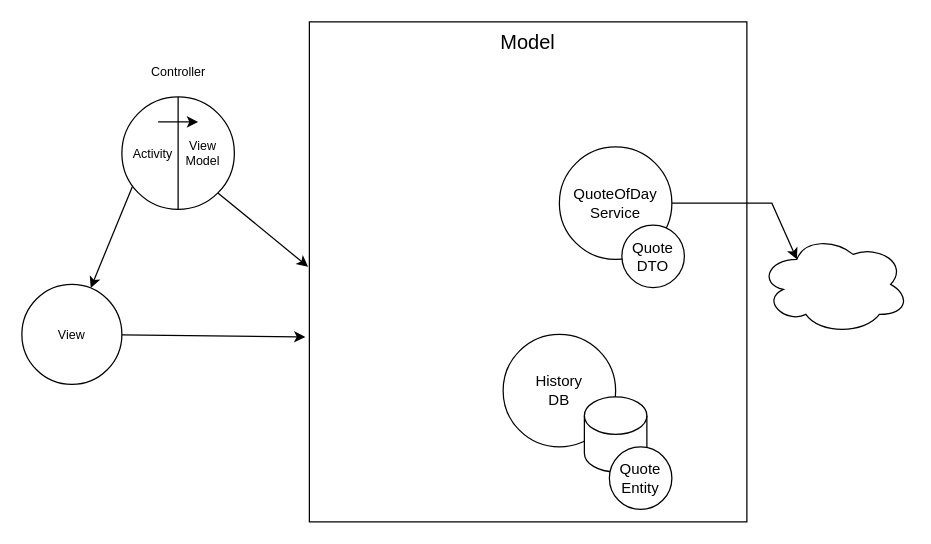
Before: page "Page-2" (2 of 3) of diagrams/Aula-10.drawio in isel-leic-pdm/PDM-2122-LI5X, a draw.io diagram. Source tidied: cells renumbered, new cells numbered last; positions are measured from the earlier drawing's top-left corner, leaving out a move shared by most shapes. Both pictures are drawn from the tidied source at 125%, with x=0, y=0 at pixel (21, 21).
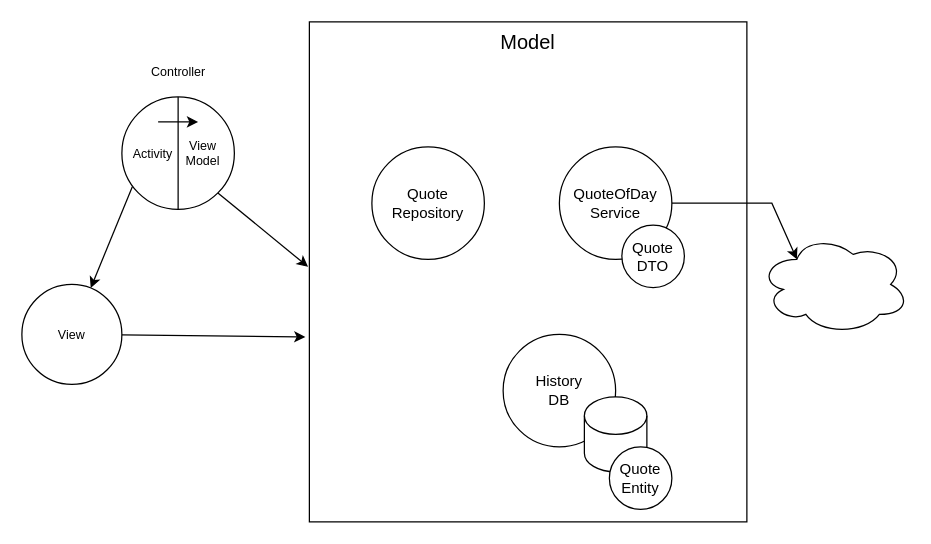
Above is the later version.

Change to the diagram source:
```diff
@@
+    <mxCell id="20" value="Quote&lt;br&gt;Repository" style="ellipse;whiteSpace=wrap;html=1;" parent="1" vertex="1">
+      <mxGeometry x="280" y="100" width="90" height="90" as="geometry" />
+    </mxCell>
```
